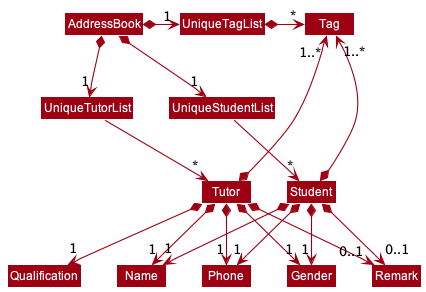
The PlantUML diagram docs/images/BetterModelClassDiagram.png in tenebrius1/tp, before a commit.
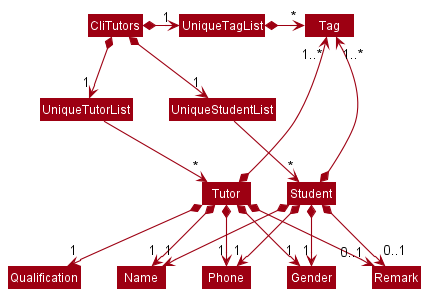
After the commit.

What changed in the source:
```diff
@@ -4,9 +4,9 @@
 skinparam arrowColor MODEL_COLOR
 skinparam classBackgroundColor MODEL_COLOR
 
-AddressBook *-down-> "1" UniqueTutorList
-AddressBook *-down-> "1" UniqueStudentList
-AddressBook *-right-> "1" UniqueTagList
+CliTutors *-down-> "1" UniqueTutorList
+CliTutors *-down-> "1" UniqueStudentList
+CliTutors *-right-> "1" UniqueTagList
 
 UniqueTutorList -down-> "*" Tutor
 UniqueStudentList -down-> "*" Student
```
